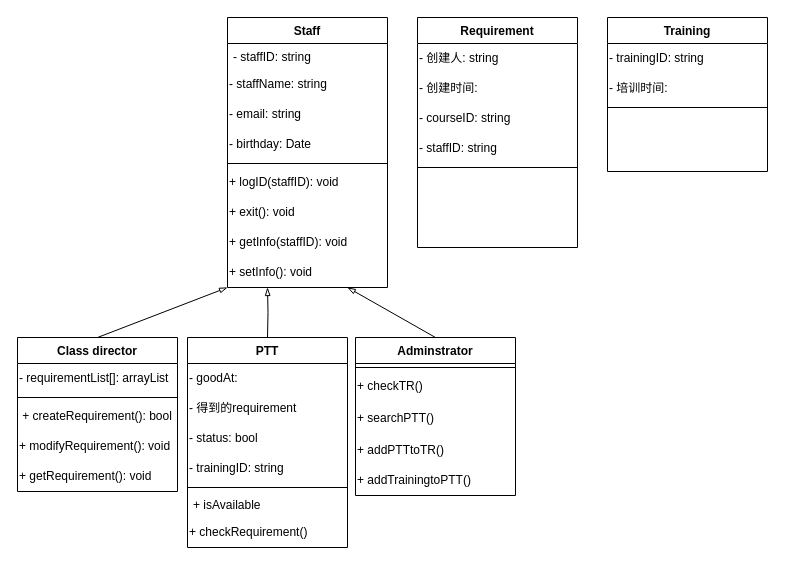
Before: UML.drawio in 1RanShy/Software, a draw.io diagram. Source tidied: cells renumbered, new cells numbered last; positions are measured from the earlier drawing's top-left corner, leaving out a move shared by most shapes. Both pictures are drawn from the tidied source at 100%, with x=0, y=0 at pixel (17, 17).
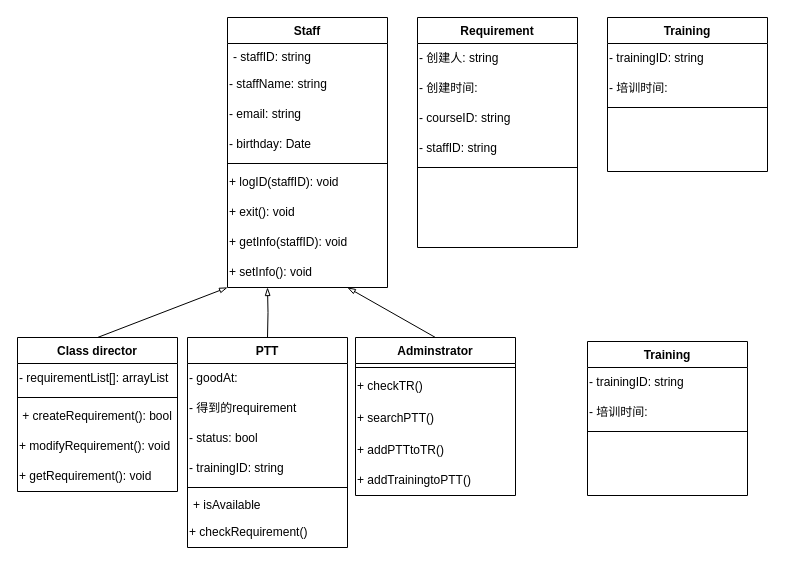
Above is the later version.

The edit, as a diff of the source:
```diff
@@
+    <mxCell id="45" value="Training" style="swimlane;fontStyle=1;align=center;verticalAlign=top;horizontal=1;startSize=26;rounded=0;shadow=0;strokeWidth=1;swimlaneFillColor=default;" parent="1" vertex="1">
+      <mxGeometry x="570" y="324" width="160" height="154" as="geometry" />
+    </mxCell>
+    <mxCell id="46" value="- trainingID: string" style="text;html=1;strokeColor=none;fillColor=none;align=left;verticalAlign=middle;whiteSpace=wrap;rounded=0;" parent="45" vertex="1">
+      <mxGeometry y="26" width="160" height="30" as="geometry" />
+    </mxCell>
+    <mxCell id="47" value="- 培训时间:" style="text;html=1;strokeColor=none;fillColor=none;align=left;verticalAlign=middle;whiteSpace=wrap;rounded=0;" parent="45" vertex="1">
+      <mxGeometry y="56" width="160" height="30" as="geometry" />
+    </mxCell>
+    <mxCell id="48" style="line;html=1;strokeWidth=1;align=left;verticalAlign=middle;spacingTop=-1;spacingLeft=3;spacingRight=3;labelPosition=right;" parent="45" vertex="1">
+      <mxGeometry y="86" width="160" height="8" as="geometry" />
+    </mxCell>
```
